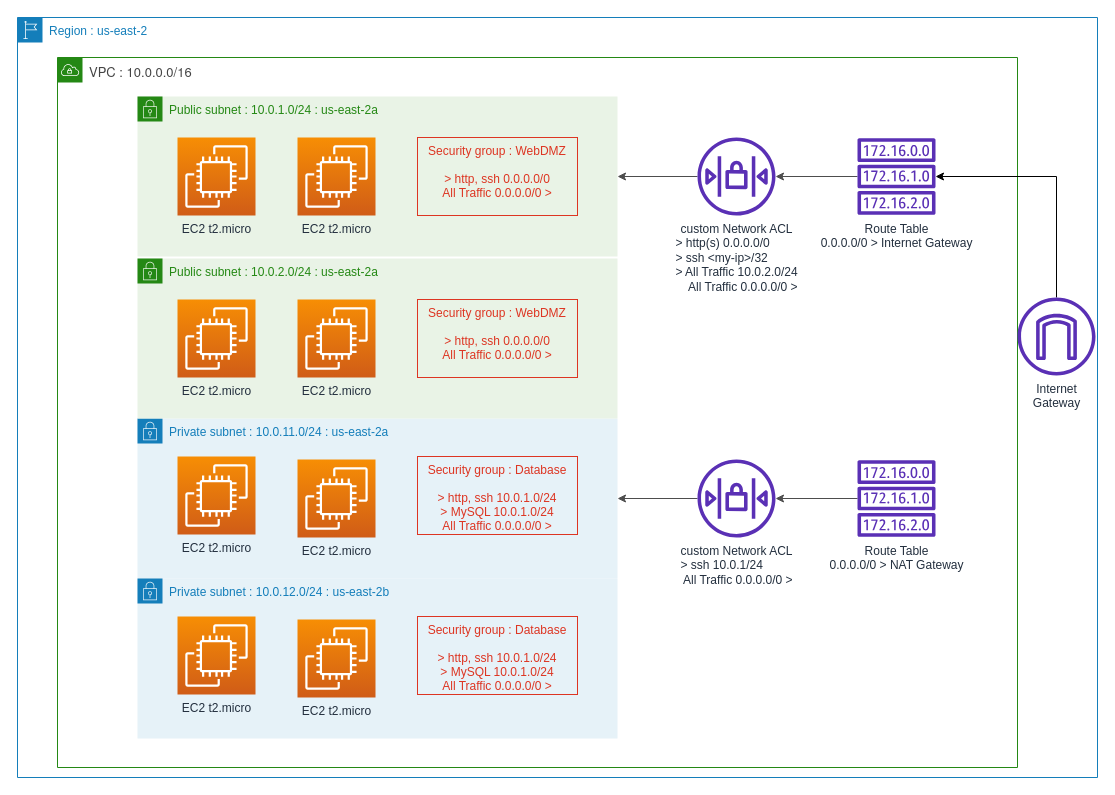
Above: page "vpc-ha" (2 of 5) of aws/aws-diagrams.drawio in roybailey/research-devops (draw.io), before the change. Source tidied: cells renumbered, new cells numbered last; positions are measured from the earlier drawing's top-left corner, leaving out a move shared by most shapes. Both pictures are drawn from the tidied source at 100%, with x=0, y=0 at pixel (17, 17).
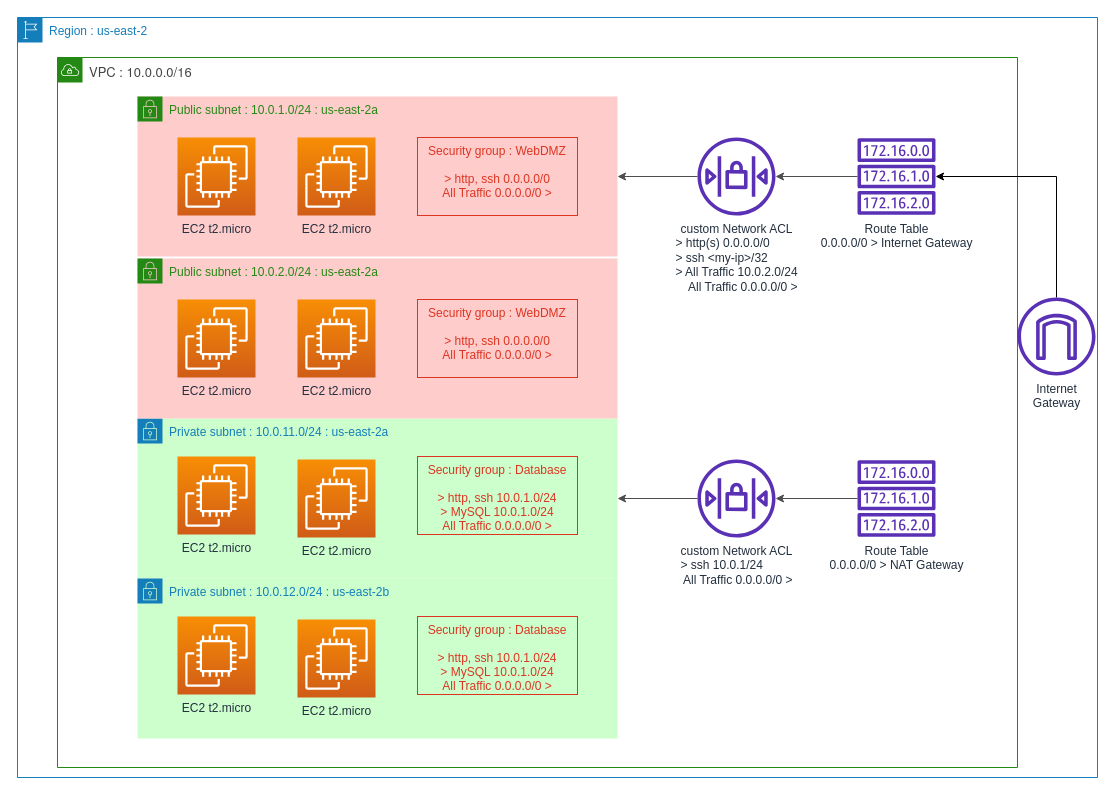
The same page after the edit.

What changed in the source:
```diff
@@
-    <mxCell id="4" value="Private subnet : 10.0.11.0/24 :&amp;nbsp;&lt;span style=&quot;text-align: center ; white-space: nowrap&quot;&gt;us-east-2a&lt;/span&gt;" style="points=[[0,0],[0.25,0],[0.5,0],[0.75,0],[1,0],[1,0.25],[1,0.5],[1,0.75],[1,1],[0.75,1],[0.5,1],[0.25,1],[0,1],[0,0.75],[0,0.5],[0,0.25]];outlineConnect=0;gradientColor=none;html=1;whiteSpace=wrap;fontSize=12;fontStyle=0;shape=mxgraph.aws4.group;grIcon=mxgraph.aws4.group_security_group;grStroke=0;strokeColor=#147EBA;fillColor=#E6F2F8;verticalAlign=top;align=left;spacingLeft=30;fontColor=#147EBA;dashed=0;" parent="1" vertex="1">
+    <mxCell id="4" value="Private subnet : 10.0.11.0/24 :&amp;nbsp;&lt;span style=&quot;text-align: center ; white-space: nowrap&quot;&gt;us-east-2a&lt;/span&gt;" style="points=[[0,0],[0.25,0],[0.5,0],[0.75,0],[1,0],[1,0.25],[1,0.5],[1,0.75],[1,1],[0.75,1],[0.5,1],[0.25,1],[0,1],[0,0.75],[0,0.5],[0,0.25]];outlineConnect=0;gradientColor=none;html=1;whiteSpace=wrap;fontSize=12;fontStyle=0;shape=mxgraph.aws4.group;grIcon=mxgraph.aws4.group_security_group;grStroke=0;strokeColor=#147EBA;fillColor=#CCFFCC;verticalAlign=top;align=left;spacingLeft=30;fontColor=#147EBA;dashed=0;" parent="1" vertex="1">
       <mxGeometry x="120" y="401" width="480" height="160" as="geometry" />
     </mxCell>
@@
-    <mxCell id="7" value="Public subnet : 10.0.1.0/24 : us-east-2a" style="points=[[0,0],[0.25,0],[0.5,0],[0.75,0],[1,0],[1,0.25],[1,0.5],[1,0.75],[1,1],[0.75,1],[0.5,1],[0.25,1],[0,1],[0,0.75],[0,0.5],[0,0.25]];outlineConnect=0;gradientColor=none;html=1;whiteSpace=wrap;fontSize=12;fontStyle=0;shape=mxgraph.aws4.group;grIcon=mxgraph.aws4.group_security_group;grStroke=0;strokeColor=#248814;fillColor=#E9F3E6;verticalAlign=top;align=left;spacingLeft=30;fontColor=#248814;dashed=0;" parent="1" vertex="1">
+    <mxCell id="7" value="Public subnet : 10.0.1.0/24 : us-east-2a" style="points=[[0,0],[0.25,0],[0.5,0],[0.75,0],[1,0],[1,0.25],[1,0.5],[1,0.75],[1,1],[0.75,1],[0.5,1],[0.25,1],[0,1],[0,0.75],[0,0.5],[0,0.25]];outlineConnect=0;gradientColor=none;html=1;whiteSpace=wrap;fontSize=12;fontStyle=0;shape=mxgraph.aws4.group;grIcon=mxgraph.aws4.group_security_group;grStroke=0;strokeColor=#248814;fillColor=#FFCCCC;verticalAlign=top;align=left;spacingLeft=30;fontColor=#248814;dashed=0;" parent="1" vertex="1">
       <mxGeometry x="120" y="79" width="480" height="160" as="geometry" />
     </mxCell>
@@
-    <mxCell id="22" value="Public subnet : 10.0.2.0/24 : us-east-2a" style="gradientColor=none;html=1;whiteSpace=wrap;fontSize=12;fontStyle=0;shape=mxgraph.aws4.group;grIcon=mxgraph.aws4.group_security_group;grStroke=0;strokeColor=#248814;fillColor=#E9F3E6;verticalAlign=top;align=left;spacingLeft=30;fontColor=#248814;dashed=0;" parent="1" vertex="1">
+    <mxCell id="22" value="Public subnet : 10.0.2.0/24 : us-east-2a" style="gradientColor=none;html=1;whiteSpace=wrap;fontSize=12;fontStyle=0;shape=mxgraph.aws4.group;grIcon=mxgraph.aws4.group_security_group;grStroke=0;strokeColor=#248814;fillColor=#FFCCCC;verticalAlign=top;align=left;spacingLeft=30;fontColor=#248814;dashed=0;" parent="1" vertex="1">
       <mxGeometry x="120" y="241" width="480" height="160" as="geometry" />
     </mxCell>
@@
-    <mxCell id="27" value="Private subnet : 10.0.12.0/24 :&amp;nbsp;&lt;span style=&quot;text-align: center ; white-space: nowrap&quot;&gt;us-east-2b&lt;/span&gt;" style="gradientColor=none;html=1;whiteSpace=wrap;fontSize=12;fontStyle=0;shape=mxgraph.aws4.group;grIcon=mxgraph.aws4.group_security_group;grStroke=0;strokeColor=#147EBA;fillColor=#E6F2F8;verticalAlign=top;align=left;spacingLeft=30;fontColor=#147EBA;dashed=0;" parent="1" vertex="1">
+    <mxCell id="27" value="Private subnet : 10.0.12.0/24 :&amp;nbsp;&lt;span style=&quot;text-align: center ; white-space: nowrap&quot;&gt;us-east-2b&lt;/span&gt;" style="gradientColor=none;html=1;whiteSpace=wrap;fontSize=12;fontStyle=0;shape=mxgraph.aws4.group;grIcon=mxgraph.aws4.group_security_group;grStroke=0;strokeColor=#147EBA;fillColor=#CCFFCC;verticalAlign=top;align=left;spacingLeft=30;fontColor=#147EBA;dashed=0;" parent="1" vertex="1">
       <mxGeometry x="120" y="561" width="480" height="160" as="geometry" />
     </mxCell>
```
